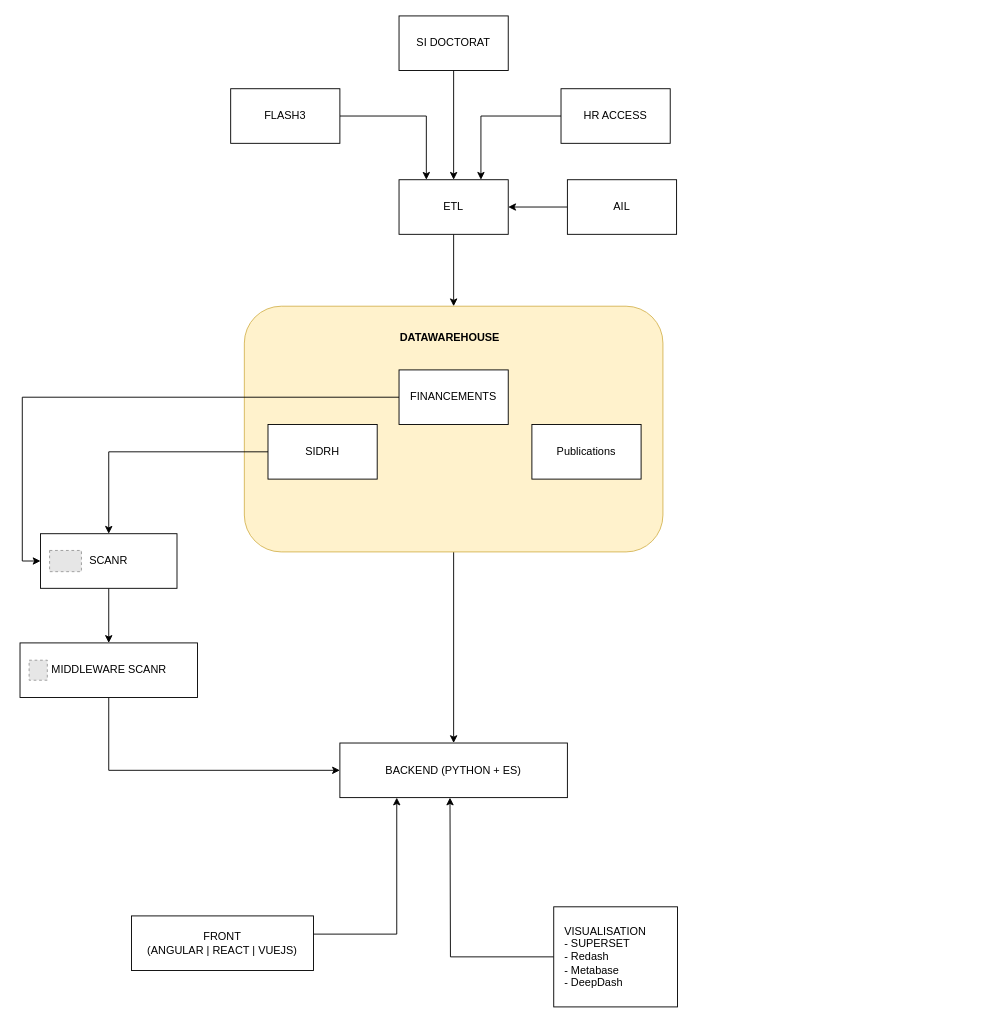
GilYounicorns/Graph keeps this draw.io diagram as page "Page-2" (2 of 3) of Keyrus Lab.drawio. Above is the earlier version. Source tidied: cells renumbered, new cells numbered last; positions are measured from the earlier drawing's top-left corner, leaving out a move shared by most shapes. Both pictures are drawn from the tidied source at 91%, with x=0, y=0 at pixel (20, 15). Pictures stored in the file or linked from it are replaced by grey dashed boxes.
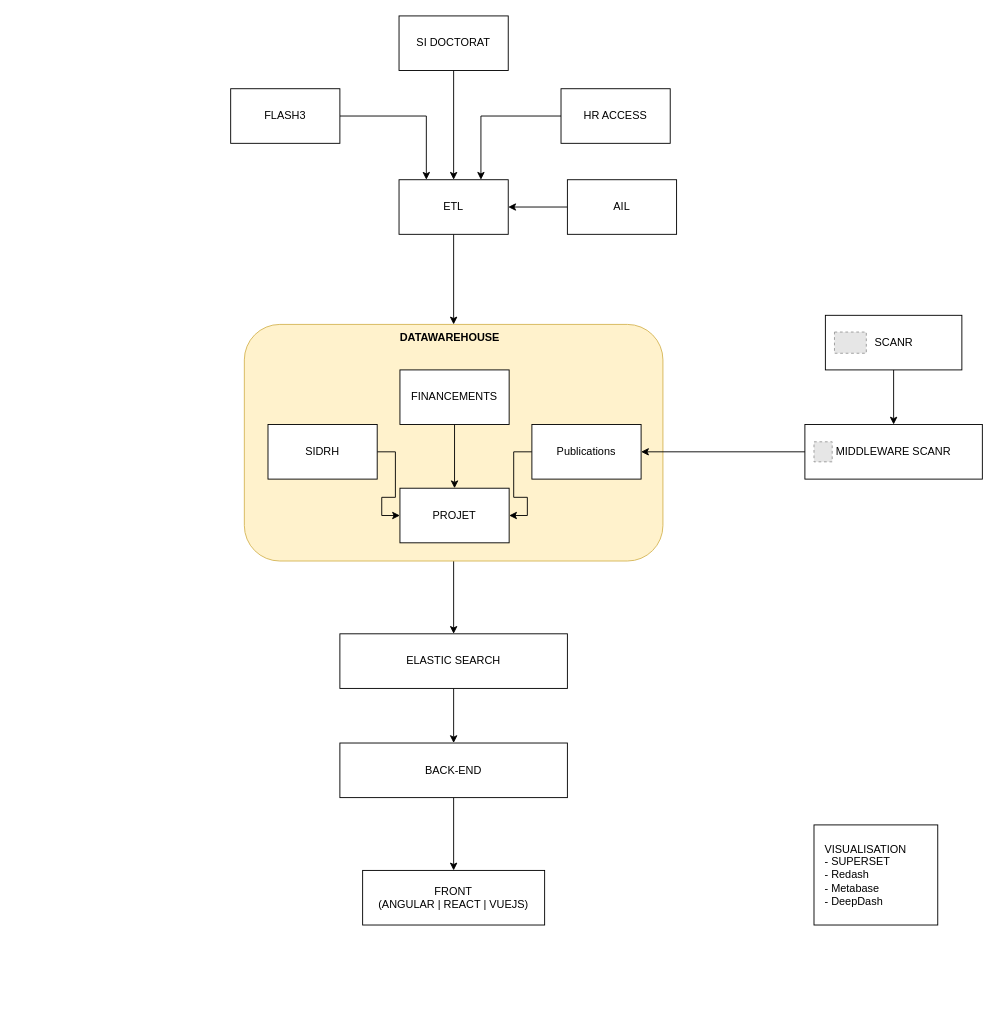
Above is the later version.

Commit message:
Mettre à jour Keyrus Lab.drawio

The change refers to these unchanged cells:
```xml
<mxCell id="4" value="Publications" style="rounded=0;whiteSpace=wrap;html=1;" parent="1" vertex="1">
  <mxGeometry x="562" y="449" width="120" height="60" as="geometry" />
</mxCell>
<mxCell id="6" value="SIDRH" style="rounded=0;whiteSpace=wrap;html=1;" parent="1" vertex="1">
  <mxGeometry x="272" y="449" width="120" height="60" as="geometry" />
</mxCell>
<mxCell id="19" value="MIDDLEWARE SCANR" style="rounded=0;whiteSpace=wrap;html=1;" parent="18" vertex="1">
  <mxGeometry width="195" height="60" as="geometry" />
</mxCell>
```

What changed in the source:
```diff
@@
-    <mxCell id="2" style="edgeStyle=orthogonalEdgeStyle;rounded=0;jettySize=auto;html=1;entryX=0.5;entryY=0;entryDx=0;entryDy=0;" parent="1" edge="1" source="3" target="21">
-      <mxGeometry relative="1" as="geometry" />
-    </mxCell>
+    <mxCell id="32" style="edgeStyle=orthogonalEdgeStyle;rounded=0;jettySize=auto;html=1;" parent="1" edge="1" source="3" target="41">
+      <mxGeometry relative="1" as="geometry" />
+    </mxCell>
     <mxCell id="3" style="rounded=1;whiteSpace=wrap;html=1;fillColor=#fff2cc;strokeColor=#d6b656;" parent="1" vertex="1">
-      <mxGeometry x="246" y="319" width="460" height="270" as="geometry" />
+      <mxGeometry x="246" y="339" width="460" height="260" as="geometry" />
     </mxCell>
+    <mxCell id="33" style="edgeStyle=orthogonalEdgeStyle;rounded=0;jettySize=auto;html=1;entryX=1;entryY=0.5;entryDx=0;entryDy=0;" parent="1" edge="1" source="4" target="37">
+      <mxGeometry relative="1" as="geometry" />
+    </mxCell>
@@
-    <mxCell id="5" style="edgeStyle=orthogonalEdgeStyle;rounded=0;jettySize=auto;html=1;entryX=0.5;entryY=0;entryDx=0;entryDy=0;" parent="1" edge="1" source="6" target="11">
-      <mxGeometry relative="1" as="geometry" />
-    </mxCell>
+    <mxCell id="34" style="edgeStyle=orthogonalEdgeStyle;rounded=0;jettySize=auto;html=1;entryX=0;entryY=0.5;entryDx=0;entryDy=0;" parent="1" edge="1" source="6" target="37">
+      <mxGeometry relative="1" as="geometry" />
+    </mxCell>
@@
-    <mxCell id="7" style="edgeStyle=orthogonalEdgeStyle;rounded=0;jettySize=auto;html=1;entryX=0;entryY=0.5;entryDx=0;entryDy=0;" parent="1" edge="1" source="8" target="11">
-      <mxGeometry relative="1" as="geometry" />
-    </mxCell>
+    <mxCell id="35" style="edgeStyle=orthogonalEdgeStyle;rounded=0;jettySize=auto;html=1;entryX=0.5;entryY=0;entryDx=0;entryDy=0;" parent="1" edge="1" source="8" target="37">
+      <mxGeometry relative="1" as="geometry" />
+    </mxCell>
     <mxCell id="8" value="FINANCEMENTS" style="rounded=0;whiteSpace=wrap;html=1;" parent="1" vertex="1">
-      <mxGeometry x="416" y="389" width="120" height="60" as="geometry" />
+      <mxGeometry x="417" y="389" width="120" height="60" as="geometry" />
     </mxCell>
-    <mxCell id="9" style="edgeStyle=orthogonalEdgeStyle;rounded=0;jettySize=auto;html=1;entryX=0;entryY=0.5;entryDx=0;entryDy=0;exitX=0.5;exitY=1;exitDx=0;exitDy=0;" parent="1" edge="1" source="19" target="21">
-      <mxGeometry relative="1" as="geometry" />
-    </mxCell>
@@
-    <mxCell id="11" value="SCANR" style="rounded=0;whiteSpace=wrap;html=1;" parent="1" vertex="1">
-      <mxGeometry x="22" y="569" width="150" height="60" as="geometry" />
-    </mxCell>
@@
-    <mxCell id="13" style="edgeStyle=orthogonalEdgeStyle;rounded=0;jettySize=auto;html=1;entryX=0.25;entryY=1;entryDx=0;entryDy=0;" parent="1" edge="1" source="14" target="21">
-      <mxGeometry relative="1" as="geometry">
-        <Array as="points">
-          <mxPoint x="414" y="1009" />
-        </Array>
-      </mxGeometry>
-    </mxCell>
     <mxCell id="14" value="FRONT&lt;div&gt;(ANGULAR | REACT | VUEJS)&lt;/div&gt;" style="rounded=0;whiteSpace=wrap;html=1;" parent="1" vertex="1">
-      <mxGeometry x="122" y="989" width="200" height="60" as="geometry" />
+      <mxGeometry x="376" y="939" width="200" height="60" as="geometry" />
     </mxCell>
-    <mxCell id="15" style="edgeStyle=orthogonalEdgeStyle;rounded=0;jettySize=auto;html=1;exitX=0;exitY=0.5;exitDx=0;exitDy=0;" parent="1" edge="1" source="16">
-      <mxGeometry relative="1" as="geometry">
-        <mxPoint x="472" y="859" as="targetPoint" />
-      </mxGeometry>
-    </mxCell>
     <mxCell id="16" value="VISUALISATION&lt;div&gt;- SUPERSET&lt;br&gt;- Redash&lt;/div&gt;&lt;div&gt;- Metabase&lt;br&gt;- DeepDash&lt;/div&gt;" style="rounded=0;whiteSpace=wrap;html=1;align=left;spacingLeft=10;" parent="1" vertex="1">
-      <mxGeometry x="586" y="979" width="136" height="110" as="geometry" />
+      <mxGeometry x="872" y="889" width="136" height="110" as="geometry" />
     </mxCell>
-    <mxCell id="17" style="fillColor=#E6E6E6;strokeColor=#999999;dashed=1;verticalLabelPosition=bottom;labelBackgroundColor=default;verticalAlign=top;" parent="1" vertex="1">
-      <mxGeometry x="32" y="587.4" width="35" height="23.3" as="geometry" />
-    </mxCell>
     <mxCell id="18" style="group;" parent="1" vertex="1">
-      <mxGeometry x="-0.5" y="689" width="195" height="60" as="geometry" />
+      <mxGeometry x="862" y="449" width="195" height="60" as="geometry" />
     </mxCell>
@@
+    <mxCell id="36" style="edgeStyle=orthogonalEdgeStyle;rounded=0;jettySize=auto;html=1;" parent="1" edge="1" source="21" target="14">
+      <mxGeometry relative="1" as="geometry" />
+    </mxCell>
-    <mxCell id="21" value="BACKEND (PYTHON + ES)" style="rounded=0;whiteSpace=wrap;html=1;" parent="1" vertex="1">
+    <mxCell id="21" value="BACK-END" style="rounded=0;whiteSpace=wrap;html=1;" parent="1" vertex="1">
       <mxGeometry x="351" y="799" width="250" height="60" as="geometry" />
     </mxCell>
@@
+    <mxCell id="37" value="PROJET" style="rounded=0;whiteSpace=wrap;html=1;" parent="1" vertex="1">
+      <mxGeometry x="417" y="519" width="120" height="60" as="geometry" />
+    </mxCell>
+    <mxCell id="38" style="group;" parent="1" vertex="1">
+      <mxGeometry x="884.5" y="329" width="150" height="60" as="geometry" />
+    </mxCell>
+    <mxCell id="11" value="SCANR" style="rounded=0;whiteSpace=wrap;html=1;" parent="38" vertex="1">
+      <mxGeometry width="150" height="60" as="geometry" />
+    </mxCell>
+    <mxCell id="17" style="fillColor=#E6E6E6;strokeColor=#999999;dashed=1;verticalLabelPosition=bottom;labelBackgroundColor=default;verticalAlign=top;" parent="38" vertex="1">
+      <mxGeometry x="10" y="18.4" width="35" height="23.3" as="geometry" />
+    </mxCell>
+    <mxCell id="39" style="edgeStyle=orthogonalEdgeStyle;rounded=0;jettySize=auto;html=1;entryX=1;entryY=0.5;entryDx=0;entryDy=0;" parent="1" edge="1" source="19" target="4">
+      <mxGeometry relative="1" as="geometry" />
+    </mxCell>
+    <mxCell id="40" style="edgeStyle=orthogonalEdgeStyle;rounded=0;jettySize=auto;html=1;" parent="1" edge="1" source="41" target="21">
+      <mxGeometry relative="1" as="geometry" />
+    </mxCell>
+    <mxCell id="41" value="ELASTIC SEARCH" style="rounded=0;whiteSpace=wrap;html=1;" parent="1" vertex="1">
+      <mxGeometry x="351" y="679" width="250" height="60" as="geometry" />
+    </mxCell>
```
